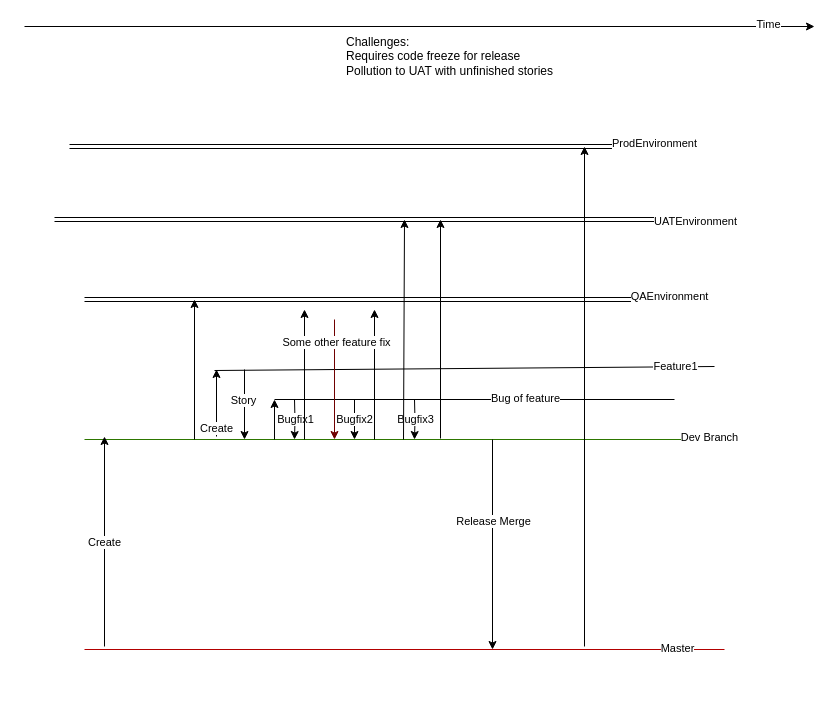
Before: Current_Feature.drawio in sshevchenko777/POC, a draw.io diagram. Source tidied: cells renumbered, new cells numbered last; positions are measured from the earlier drawing's top-left corner, leaving out a move shared by most shapes. Both pictures are drawn from the tidied source at 100%, with x=0, y=0 at pixel (24, 26).
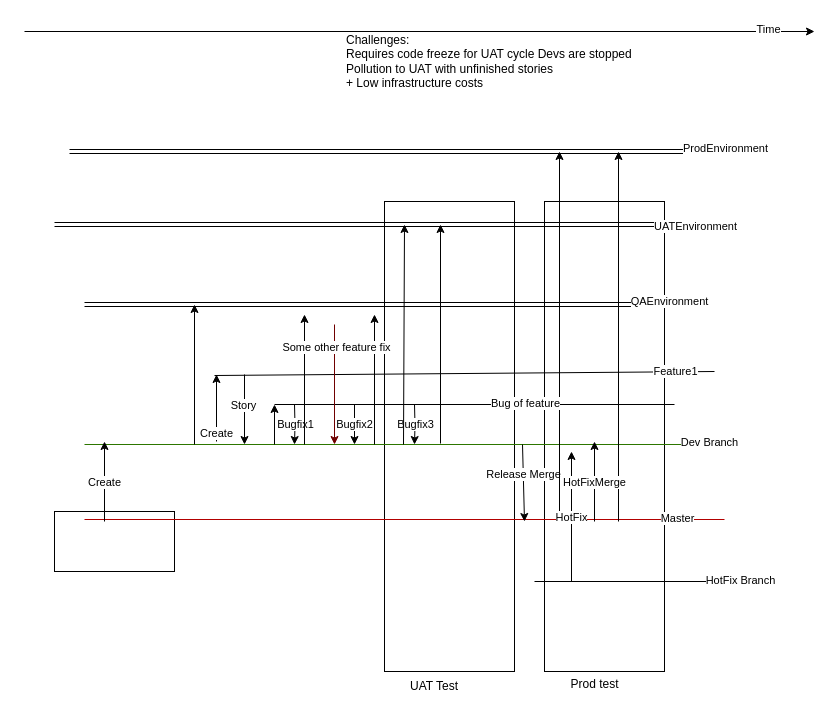
After the change.

The edit, as a diff of the source:
```diff
@@
+    <mxCell id="42" style="rounded=0;whiteSpace=wrap;html=1;" parent="1" vertex="1">
+      <mxGeometry x="520" y="175" width="120" height="470" as="geometry" />
+    </mxCell>
+    <mxCell id="43" style="rounded=0;whiteSpace=wrap;html=1;" parent="1" vertex="1">
+      <mxGeometry x="30" y="485" width="120" height="60" as="geometry" />
+    </mxCell>
+    <mxCell id="44" style="whiteSpace=wrap;html=1;" parent="1" vertex="1">
+      <mxGeometry x="360" y="175" width="130" height="470" as="geometry" />
+    </mxCell>
     <mxCell id="2" style="endArrow=none;html=1;rounded=0;fillColor=#60a917;strokeColor=#2D7600;" parent="1" edge="1">
       <mxGeometry relative="1" as="geometry">
-        <mxPoint x="60" y="413" as="sourcePoint" />
-        <mxPoint x="700" y="413" as="targetPoint" />
+        <mxPoint x="60" y="418" as="sourcePoint" />
+        <mxPoint x="700" y="418" as="targetPoint" />
       </mxGeometry>
     </mxCell>
@@
     <mxCell id="4" style="endArrow=none;html=1;rounded=0;fillColor=#e51400;strokeColor=#B20000;" parent="1" edge="1">
       <mxGeometry relative="1" as="geometry">
-        <mxPoint x="60" y="623" as="sourcePoint" />
-        <mxPoint x="700" y="623" as="targetPoint" />
+        <mxPoint x="60" y="493" as="sourcePoint" />
+        <mxPoint x="700" y="493" as="targetPoint" />
       </mxGeometry>
     </mxCell>
@@
     <mxCell id="6" style="edgeStyle=orthogonalEdgeStyle;rounded=0;orthogonalLoop=1;jettySize=auto;html=1;" parent="1" edge="1">
       <mxGeometry relative="1" as="geometry">
-        <mxPoint x="220" y="343" as="sourcePoint" />
-        <mxPoint x="220" y="413" as="targetPoint" />
+        <mxPoint x="220" y="348" as="sourcePoint" />
+        <mxPoint x="220" y="418" as="targetPoint" />
       </mxGeometry>
     </mxCell>
@@
     <mxCell id="8" style="edgeStyle=orthogonalEdgeStyle;rounded=0;orthogonalLoop=1;jettySize=auto;html=1;" parent="1" edge="1">
       <mxGeometry relative="1" as="geometry">
-        <mxPoint x="270" y="373" as="sourcePoint" />
-        <mxPoint x="270" y="413" as="targetPoint" />
+        <mxPoint x="270" y="378" as="sourcePoint" />
+        <mxPoint x="270" y="418" as="targetPoint" />
       </mxGeometry>
     </mxCell>
@@
     <mxCell id="10" style="edgeStyle=orthogonalEdgeStyle;rounded=0;orthogonalLoop=1;jettySize=auto;html=1;" parent="1" edge="1">
       <mxGeometry relative="1" as="geometry">
-        <mxPoint x="390" y="373" as="sourcePoint" />
-        <mxPoint x="390" y="413" as="targetPoint" />
+        <mxPoint x="390" y="378" as="sourcePoint" />
+        <mxPoint x="390" y="418" as="targetPoint" />
       </mxGeometry>
     </mxCell>
@@
     <mxCell id="12" style="endArrow=classic;html=1;rounded=0;" parent="1" edge="1">
       <mxGeometry relative="1" as="geometry">
-        <mxPoint as="sourcePoint" />
-        <mxPoint x="790" as="targetPoint" />
+        <mxPoint y="5" as="sourcePoint" />
+        <mxPoint x="790" y="5" as="targetPoint" />
       </mxGeometry>
     </mxCell>
@@
     <mxCell id="14" style="endArrow=none;html=1;rounded=0;" parent="1" edge="1">
       <mxGeometry relative="1" as="geometry">
-        <mxPoint x="190" y="344" as="sourcePoint" />
-        <mxPoint x="690" y="340" as="targetPoint" />
+        <mxPoint x="190" y="349" as="sourcePoint" />
+        <mxPoint x="690" y="345" as="targetPoint" />
       </mxGeometry>
     </mxCell>
@@
     <mxCell id="16" style="endArrow=classic;html=1;rounded=0;" parent="1" edge="1">
       <mxGeometry relative="1" as="geometry">
-        <mxPoint x="192" y="410" as="sourcePoint" />
-        <mxPoint x="192" y="343" as="targetPoint" />
+        <mxPoint x="192" y="415" as="sourcePoint" />
+        <mxPoint x="192" y="348" as="targetPoint" />
       </mxGeometry>
     </mxCell>
@@
     <mxCell id="18" style="endArrow=classic;html=1;rounded=0;" parent="1" edge="1">
       <mxGeometry relative="1" as="geometry">
-        <mxPoint x="330" y="373" as="sourcePoint" />
-        <mxPoint x="330" y="413" as="targetPoint" />
+        <mxPoint x="330" y="378" as="sourcePoint" />
+        <mxPoint x="330" y="418" as="targetPoint" />
       </mxGeometry>
     </mxCell>
@@
     <mxCell id="20" style="shape=link;html=1;rounded=0;" parent="1" edge="1">
       <mxGeometry relative="1" as="geometry">
-        <mxPoint x="60" y="273" as="sourcePoint" />
-        <mxPoint x="670" y="273" as="targetPoint" />
+        <mxPoint x="60" y="278" as="sourcePoint" />
+        <mxPoint x="670" y="278" as="targetPoint" />
       </mxGeometry>
     </mxCell>
@@
     <mxCell id="22" style="endArrow=classic;html=1;rounded=0;" parent="1" edge="1">
       <mxGeometry relative="1" as="geometry">
-        <mxPoint x="170" y="413" as="sourcePoint" />
-        <mxPoint x="170" y="273" as="targetPoint" />
+        <mxPoint x="170" y="418" as="sourcePoint" />
+        <mxPoint x="170" y="278" as="targetPoint" />
       </mxGeometry>
     </mxCell>
     <mxCell id="23" style="endArrow=classic;html=1;rounded=0;" parent="1" edge="1">
       <mxGeometry relative="1" as="geometry">
-        <mxPoint x="280" y="413" as="sourcePoint" />
-        <mxPoint x="280" y="283" as="targetPoint" />
+        <mxPoint x="280" y="418" as="sourcePoint" />
+        <mxPoint x="280" y="288" as="targetPoint" />
       </mxGeometry>
     </mxCell>
     <mxCell id="24" style="shape=link;html=1;rounded=0;" parent="1" edge="1">
       <mxGeometry relative="1" as="geometry">
-        <mxPoint x="30" y="193" as="sourcePoint" />
-        <mxPoint x="700" y="193" as="targetPoint" />
+        <mxPoint x="30" y="198" as="sourcePoint" />
+        <mxPoint x="700" y="198" as="targetPoint" />
       </mxGeometry>
     </mxCell>
@@
     <mxCell id="26" style="endArrow=classic;html=1;rounded=0;" parent="1" edge="1">
       <mxGeometry relative="1" as="geometry">
-        <mxPoint x="350" y="413" as="sourcePoint" />
-        <mxPoint x="350" y="283" as="targetPoint" />
+        <mxPoint x="350" y="418" as="sourcePoint" />
+        <mxPoint x="350" y="288" as="targetPoint" />
       </mxGeometry>
     </mxCell>
     <mxCell id="27" style="endArrow=classic;html=1;rounded=0;" parent="1" edge="1">
       <mxGeometry relative="1" as="geometry">
-        <mxPoint x="468" y="413" as="sourcePoint" />
-        <mxPoint x="468" y="623" as="targetPoint" />
+        <mxPoint x="498" y="418" as="sourcePoint" />
+        <mxPoint x="500" y="495" as="targetPoint" />
       </mxGeometry>
     </mxCell>
@@
     <mxCell id="29" style="endArrow=classic;html=1;rounded=0;" parent="1" edge="1">
       <mxGeometry relative="1" as="geometry">
-        <mxPoint x="379" y="413" as="sourcePoint" />
-        <mxPoint x="380" y="193" as="targetPoint" />
+        <mxPoint x="379" y="418" as="sourcePoint" />
+        <mxPoint x="380" y="198" as="targetPoint" />
       </mxGeometry>
     </mxCell>
     <mxCell id="30" style="shape=link;html=1;rounded=0;" parent="1" edge="1">
       <mxGeometry relative="1" as="geometry">
-        <mxPoint x="45" y="120" as="sourcePoint" />
-        <mxPoint x="655" y="120" as="targetPoint" />
+        <mxPoint x="45" y="125" as="sourcePoint" />
+        <mxPoint x="730" y="125" as="targetPoint" />
       </mxGeometry>
     </mxCell>
@@
     <mxCell id="32" style="endArrow=classic;html=1;rounded=0;" parent="1" edge="1">
       <mxGeometry relative="1" as="geometry">
-        <mxPoint x="560" y="620" as="sourcePoint" />
-        <mxPoint x="560" y="120" as="targetPoint" />
+        <mxPoint x="535" y="495" as="sourcePoint" />
+        <mxPoint x="535" y="125" as="targetPoint" />
       </mxGeometry>
     </mxCell>
     <mxCell id="33" style="endArrow=none;html=1;rounded=0;" parent="1" edge="1">
       <mxGeometry relative="1" as="geometry">
-        <mxPoint x="250" y="373" as="sourcePoint" />
-        <mxPoint x="650" y="373" as="targetPoint" />
+        <mxPoint x="250" y="378" as="sourcePoint" />
+        <mxPoint x="650" y="378" as="targetPoint" />
       </mxGeometry>
     </mxCell>
@@
     <mxCell id="35" style="endArrow=classic;html=1;rounded=0;" parent="1" edge="1">
       <mxGeometry relative="1" as="geometry">
-        <mxPoint x="250" y="413" as="sourcePoint" />
-        <mxPoint x="250" y="373" as="targetPoint" />
+        <mxPoint x="250" y="418" as="sourcePoint" />
+        <mxPoint x="250" y="378" as="targetPoint" />
       </mxGeometry>
     </mxCell>
     <mxCell id="36" style="endArrow=classic;html=1;rounded=0;fillColor=#a20025;strokeColor=#6F0000;" parent="1" edge="1">
       <mxGeometry relative="1" as="geometry">
-        <mxPoint x="310" y="293" as="sourcePoint" />
-        <mxPoint x="310" y="413" as="targetPoint" />
+        <mxPoint x="310" y="298" as="sourcePoint" />
+        <mxPoint x="310" y="418" as="targetPoint" />
       </mxGeometry>
     </mxCell>
@@
     <mxCell id="38" style="endArrow=classic;html=1;rounded=0;" parent="1" edge="1">
       <mxGeometry relative="1" as="geometry">
-        <mxPoint x="416" y="412" as="sourcePoint" />
-        <mxPoint x="416" y="193" as="targetPoint" />
+        <mxPoint x="416" y="417" as="sourcePoint" />
+        <mxPoint x="416" y="198" as="targetPoint" />
       </mxGeometry>
     </mxCell>
-    <mxCell id="39" value="&lt;div&gt;Challenges:&lt;/div&gt;Requires code freeze for release&lt;div&gt;Pollution to UAT with unfinished stories&lt;/div&gt;" style="text;html=1;align=left;verticalAlign=middle;strokeColor=none;fillColor=none;" parent="1" vertex="1">
-      <mxGeometry x="320" width="230" height="60" as="geometry" />
+    <mxCell id="39" value="&lt;div&gt;Challenges:&lt;/div&gt;Requires code freeze for UAT cycle Devs are stopped&lt;div&gt;&lt;span style=&quot;background-color: transparent; color: light-dark(rgb(0, 0, 0), rgb(255, 255, 255));&quot;&gt;Pollution to UAT with unfinished stories&lt;/span&gt;&lt;/div&gt;&lt;div&gt;&lt;span style=&quot;background-color: transparent; color: light-dark(rgb(0, 0, 0), rgb(255, 255, 255));&quot;&gt;+ Low infrastructure costs&lt;/span&gt;&lt;/div&gt;" style="text;html=1;align=left;verticalAlign=middle;strokeColor=none;fillColor=none;" parent="1" vertex="1">
+      <mxGeometry x="320" width="310" height="70" as="geometry" />
     </mxCell>
     <mxCell id="40" style="endArrow=classic;html=1;rounded=0;" parent="1" edge="1">
       <mxGeometry relative="1" as="geometry">
-        <mxPoint x="80" y="620" as="sourcePoint" />
-        <mxPoint x="80" y="410" as="targetPoint" />
+        <mxPoint x="80" y="495" as="sourcePoint" />
+        <mxPoint x="80" y="415" as="targetPoint" />
       </mxGeometry>
     </mxCell>
@@
+    <mxCell id="45" value="UAT Test" style="text;html=1;align=center;verticalAlign=middle;whiteSpace=wrap;rounded=0;" parent="1" vertex="1">
+      <mxGeometry x="380" y="645" width="60" height="30" as="geometry" />
+    </mxCell>
+    <mxCell id="46" value="Prod test" style="text;html=1;align=center;verticalAlign=middle;strokeColor=none;fillColor=none;" parent="1" vertex="1">
+      <mxGeometry x="535" y="643" width="70" height="30" as="geometry" />
+    </mxCell>
+    <mxCell id="47" style="endArrow=none;html=1;rounded=0;" parent="1" edge="1">
+      <mxGeometry relative="1" as="geometry">
+        <mxPoint x="750" y="555" as="sourcePoint" />
+        <mxPoint x="510" y="555" as="targetPoint" />
+      </mxGeometry>
+    </mxCell>
+    <mxCell id="48" value="HotFix Branch" style="edgeLabel;html=1;align=center;verticalAlign=middle;" parent="47" vertex="1">
+      <mxGeometry x="-0.71" y="-2" relative="1" as="geometry" />
+    </mxCell>
+    <mxCell id="49" style="endArrow=classic;html=1;rounded=0;" parent="1" edge="1">
+      <mxGeometry relative="1" as="geometry">
+        <mxPoint x="547" y="555" as="sourcePoint" />
+        <mxPoint x="547" y="425" as="targetPoint" />
+      </mxGeometry>
+    </mxCell>
+    <mxCell id="50" value="HotFix" style="edgeLabel;html=1;align=center;verticalAlign=middle;" parent="49" vertex="1">
+      <mxGeometry y="1" relative="1" as="geometry" />
+    </mxCell>
+    <mxCell id="51" style="endArrow=classic;html=1;rounded=0;" parent="1" edge="1">
+      <mxGeometry relative="1" as="geometry">
+        <mxPoint x="594" y="495" as="sourcePoint" />
+        <mxPoint x="594" y="125" as="targetPoint" />
+      </mxGeometry>
+    </mxCell>
+    <mxCell id="52" style="endArrow=classic;html=1;rounded=0;" parent="1" edge="1">
+      <mxGeometry relative="1" as="geometry">
+        <mxPoint x="570" y="495" as="sourcePoint" />
+        <mxPoint x="570" y="415" as="targetPoint" />
+      </mxGeometry>
+    </mxCell>
+    <mxCell id="53" value="HotFixMerge" style="edgeLabel;html=1;align=center;verticalAlign=middle;" parent="52" vertex="1">
+      <mxGeometry y="1" relative="1" as="geometry" />
+    </mxCell>
```
